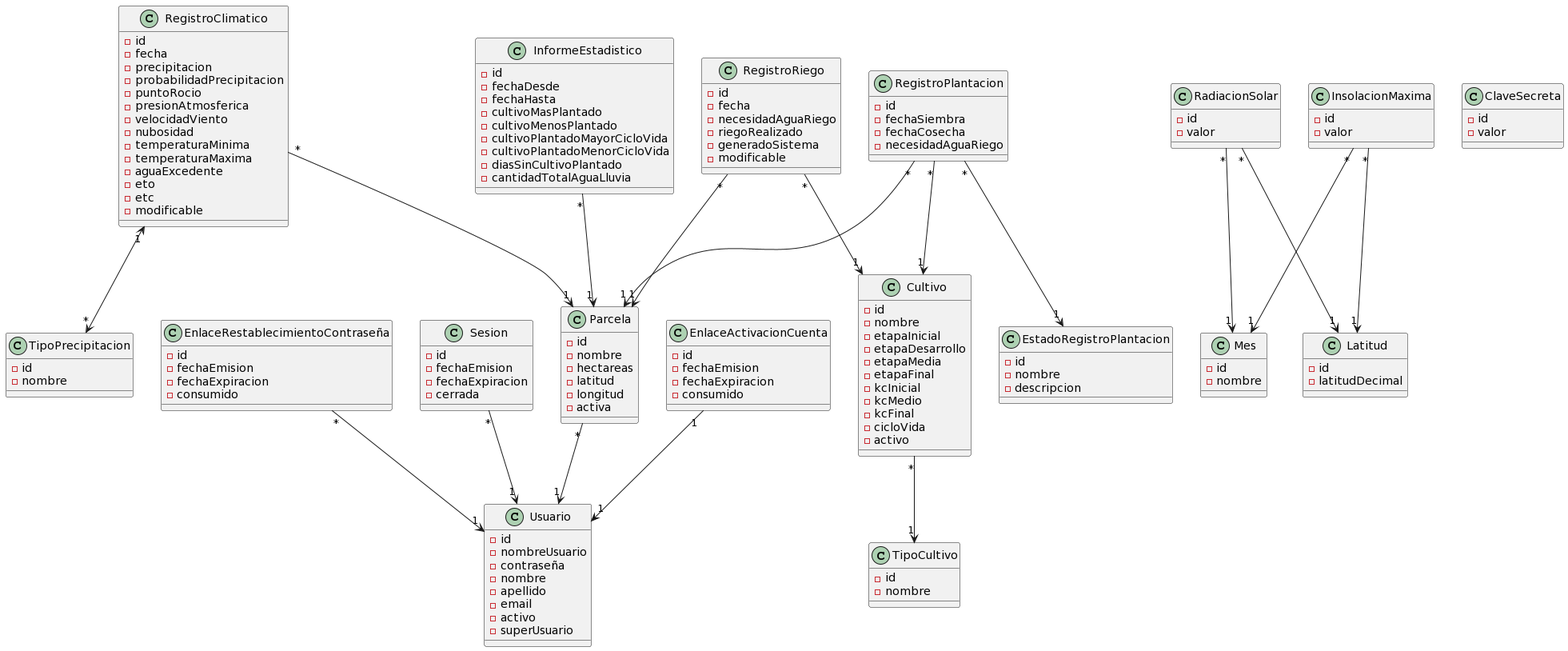
facundopaez-dev/sistema-web-riego keeps this PlantUML diagram as docs/domain model/Modelo de dominio.png. Above is the earlier version. The source it was exported from:
```plantuml
@startuml
Parcela "*"-->"1" Usuario
InformeEstadistico "*"-->"1" Parcela
RegistroClimatico "*"-->"1" Parcela
RegistroClimatico "1"<-->"*" TipoPrecipitacion
RegistroRiego "*"-->"1" Parcela
RegistroPlantacion "*"-->"1" Parcela
RegistroPlantacion "*"-->"1" Cultivo
RegistroPlantacion "*"-->"1" EstadoRegistroPlantacion
RadiacionSolar "*"-->"1" Mes
RadiacionSolar "*"-->"1" Latitud
InsolacionMaxima "*"-->"1" Mes
InsolacionMaxima "*"-->"1" Latitud
Cultivo "*"-->"1" TipoCultivo
EnlaceActivacionCuenta "1" --> "1" Usuario
EnlaceRestablecimientoContraseña "*" --> "1" Usuario
Sesion "*" --> "1" Usuario
RegistroRiego "*" --> "1" Cultivo

class Parcela {
-id
-nombre
-hectareas
-latitud
-longitud
-activa
}

class InformeEstadistico {
-id
-fechaDesde
-fechaHasta
-cultivoMasPlantado
-cultivoMenosPlantado
-cultivoPlantadoMayorCicloVida
-cultivoPlantadoMenorCicloVida
-diasSinCultivoPlantado
-cantidadTotalAguaLluvia
}

class Cultivo {
-id
-nombre
-etapaInicial
-etapaDesarrollo
-etapaMedia
-etapaFinal
-kcInicial
-kcMedio
-kcFinal
-cicloVida
-activo
}

class TipoCultivo {
-id
-nombre
}

class RegistroClimatico {
-id
-fecha
-precipitacion
-probabilidadPrecipitacion
-puntoRocio
-presionAtmosferica
-velocidadViento
-nubosidad
-temperaturaMinima
-temperaturaMaxima
-aguaExcedente
-eto
-etc
-modificable
}

class TipoPrecipitacion {
-id
-nombre
}

class RegistroPlantacion {
-id
-fechaSiembra
-fechaCosecha
-necesidadAguaRiego
}

class RegistroRiego {
-id
-fecha
-necesidadAguaRiego
-riegoRealizado
-generadoSistema
-modificable
}

class Usuario {
-id
-nombreUsuario
-contraseña
-nombre
-apellido
-email
-activo
-superUsuario
}

class EstadoRegistroPlantacion {
-id
-nombre
-descripcion
}

class Mes {
-id
-nombre
}

class Latitud {
-id
-latitudDecimal
}

class RadiacionSolar {
-id
-valor
}

class InsolacionMaxima {
-id
-valor
}

class EnlaceActivacionCuenta {
-id
-fechaEmision
-fechaExpiracion
-consumido
}

class EnlaceRestablecimientoContraseña {
-id
-fechaEmision
-fechaExpiracion
-consumido
}

class Sesion {
-id
-fechaEmision
-fechaExpiracion
-cerrada
}

class ClaveSecreta {
-id
-valor
}
@enduml
```
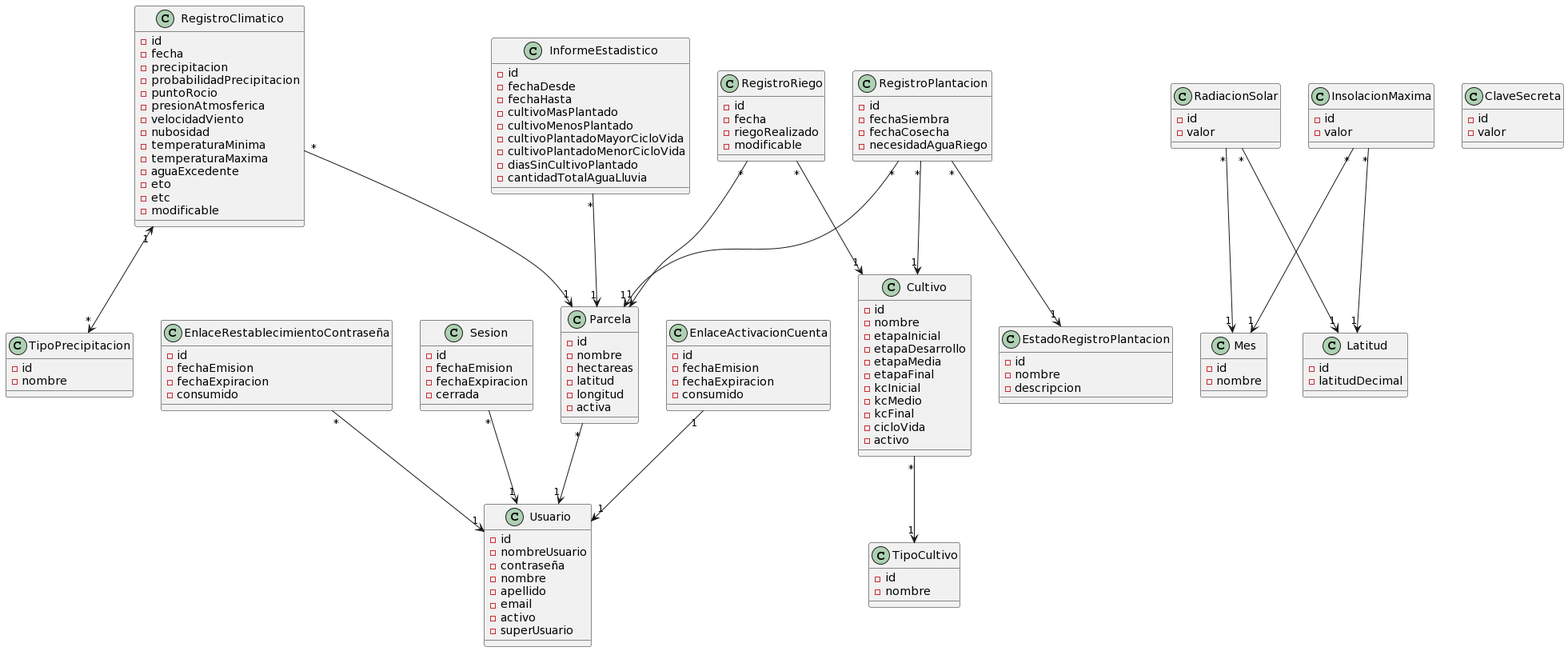
After the change.

What changed in the source:
```diff
@@ -89,9 +89,7 @@
 class RegistroRiego {
 -id
 -fecha
--necesidadAguaRiego
 -riegoRealizado
--generadoSistema
 -modificable
 }
 
```
